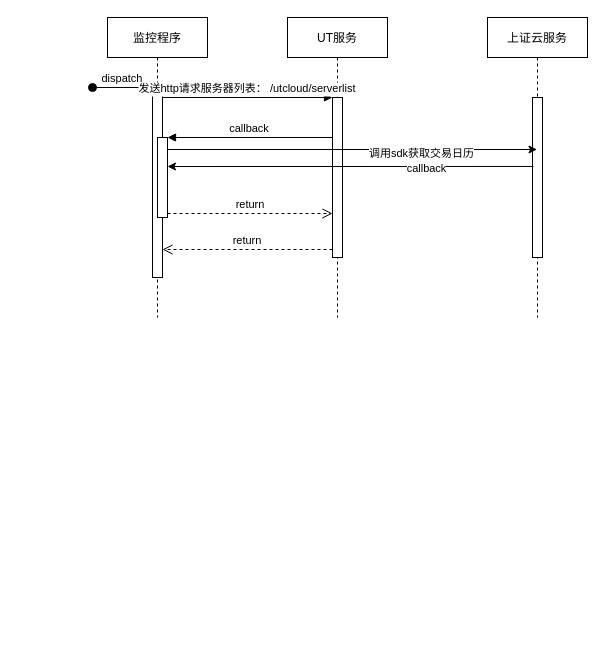
The draw.io diagram 未命名绘图.drawio in feiniao111/gallery, before the edit. Source tidied: cells renumbered, new cells numbered last; positions are measured from the earlier drawing's top-left corner, leaving out a move shared by most shapes. Both pictures are drawn from the tidied source at 100%, with x=0, y=0 at pixel (92, 17).
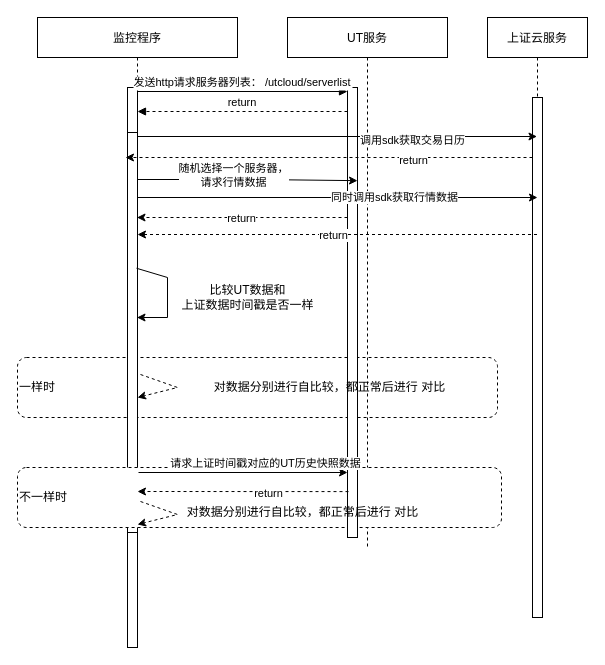
After the change.

Commit message (it also covers changes not shown here):
更新未命名绘图.drawio

Diff of the diagram source:
```diff
@@
     <mxCell id="2" value="监控程序" style="shape=umlLifeline;perimeter=lifelinePerimeter;rounded=0;shadow=0;strokeWidth=1;" parent="1" vertex="1">
-      <mxGeometry x="15" width="100" height="300" as="geometry" />
+      <mxGeometry x="-55" width="200" height="630" as="geometry" />
     </mxCell>
+    <mxCell id="18" value="一样时" style="rounded=1;whiteSpace=wrap;html=1;dashed=1;align=left;" parent="2" vertex="1">
+      <mxGeometry x="-20" y="340" width="480" height="60" as="geometry" />
+    </mxCell>
     <mxCell id="3" style="points=[];perimeter=orthogonalPerimeter;rounded=0;shadow=0;strokeWidth=1;" parent="2" vertex="1">
-      <mxGeometry x="45" y="70" width="10" height="190" as="geometry" />
+      <mxGeometry x="90" y="70" width="10" height="560" as="geometry" />
     </mxCell>
-    <mxCell id="4" value="dispatch" style="verticalAlign=bottom;startArrow=oval;endArrow=block;startSize=8;shadow=0;strokeWidth=1;" parent="2" edge="1" target="3">
-      <mxGeometry relative="1" as="geometry">
-        <mxPoint x="-15" y="70" as="sourcePoint" />
-      </mxGeometry>
-    </mxCell>
     <mxCell id="5" style="points=[];perimeter=orthogonalPerimeter;rounded=0;shadow=0;strokeWidth=1;" parent="2" vertex="1">
-      <mxGeometry x="50" y="120" width="10" height="80" as="geometry" />
+      <mxGeometry x="90" y="115" width="10" height="400" as="geometry" />
     </mxCell>
     <mxCell id="6" value="UT服务" style="shape=umlLifeline;perimeter=lifelinePerimeter;rounded=0;shadow=0;strokeWidth=1;" parent="1" vertex="1">
-      <mxGeometry x="195" width="100" height="300" as="geometry" />
+      <mxGeometry x="195" width="160" height="530" as="geometry" />
     </mxCell>
+    <mxCell id="19" value="不一样时" style="rounded=1;whiteSpace=wrap;html=1;dashed=1;align=left;" parent="6" vertex="1">
+      <mxGeometry x="-270" y="450" width="484" height="60" as="geometry" />
+    </mxCell>
     <mxCell id="7" style="points=[];perimeter=orthogonalPerimeter;rounded=0;shadow=0;strokeWidth=1;" parent="6" vertex="1">
-      <mxGeometry x="45" y="80" width="10" height="160" as="geometry" />
+      <mxGeometry x="60" y="70" width="10" height="450" as="geometry" />
     </mxCell>
-    <mxCell id="8" value="return" style="verticalAlign=bottom;endArrow=open;dashed=1;endSize=8;exitX=0;exitY=0.95;shadow=0;strokeWidth=1;" parent="1" edge="1" source="7" target="3">
-      <mxGeometry relative="1" as="geometry" />
-    </mxCell>
+    <mxCell id="20" value="对数据分别进行自比较，都正常后进行 对比" style="text;html=1;align=center;verticalAlign=middle;strokeColor=none;fillColor=none;" parent="6" vertex="1">
+      <mxGeometry x="-83" y="355" width="250" height="30" as="geometry" />
+    </mxCell>
+    <mxCell id="21" style="endArrow=classic;html=1;rounded=0;exitX=0.1;exitY=0.898;exitDx=0;exitDy=0;exitPerimeter=0;dashed=1;" parent="6" edge="1" source="7">
+      <mxGeometry relative="1" as="geometry">
+        <mxPoint x="-150" y="474" as="targetPoint" />
+      </mxGeometry>
+    </mxCell>
+    <mxCell id="22" value="return" style="edgeLabel;html=1;align=center;verticalAlign=middle;" parent="21" vertex="1">
+      <mxGeometry x="-0.24" y="1" relative="1" as="geometry" />
+    </mxCell>
+    <mxCell id="23" value="对数据分别进行自比较，都正常后进行 对比" style="text;html=1;align=center;verticalAlign=middle;strokeColor=none;fillColor=none;" parent="6" vertex="1">
+      <mxGeometry x="-110" y="480" width="250" height="30" as="geometry" />
+    </mxCell>
-    <mxCell id="9" value="发送http请求服务器列表： /utcloud/serverlist" style="verticalAlign=bottom;endArrow=block;entryX=0;entryY=0;shadow=0;strokeWidth=1;" parent="1" edge="1" source="3" target="7">
-      <mxGeometry relative="1" as="geometry" />
+    <mxCell id="9" value="发送http请求服务器列表： /utcloud/serverlist" style="verticalAlign=bottom;endArrow=block;entryX=0;entryY=0;shadow=0;strokeWidth=1;" parent="1" edge="1">
+      <mxGeometry relative="1" as="geometry">
+        <mxPoint x="45" y="74" as="sourcePoint" />
+        <mxPoint x="255" y="74" as="targetPoint" />
+      </mxGeometry>
     </mxCell>
-    <mxCell id="10" value="callback" style="verticalAlign=bottom;endArrow=block;entryX=1;entryY=0;shadow=0;strokeWidth=1;" parent="1" edge="1" source="7" target="5">
-      <mxGeometry relative="1" as="geometry" />
+    <mxCell id="10" value="return" style="verticalAlign=bottom;endArrow=block;entryX=1;entryY=0;shadow=0;strokeWidth=1;dashed=1;" parent="1" edge="1">
+      <mxGeometry relative="1" as="geometry">
+        <mxPoint x="255" y="94" as="sourcePoint" />
+        <mxPoint x="45" y="94" as="targetPoint" />
+      </mxGeometry>
     </mxCell>
-    <mxCell id="11" value="return" style="verticalAlign=bottom;endArrow=open;dashed=1;endSize=8;exitX=1;exitY=0.95;shadow=0;strokeWidth=1;" parent="1" edge="1" source="5" target="7">
-      <mxGeometry relative="1" as="geometry" />
-    </mxCell>
     <mxCell id="12" value="上证云服务" style="shape=umlLifeline;perimeter=lifelinePerimeter;rounded=0;shadow=0;strokeWidth=1;" parent="1" vertex="1">
-      <mxGeometry x="395" width="100" height="300" as="geometry" />
+      <mxGeometry x="395" width="100" height="600" as="geometry" />
     </mxCell>
     <mxCell id="13" style="points=[];perimeter=orthogonalPerimeter;rounded=0;shadow=0;strokeWidth=1;" parent="12" vertex="1">
-      <mxGeometry x="45" y="80" width="10" height="160" as="geometry" />
+      <mxGeometry x="45" y="80" width="10" height="520" as="geometry" />
     </mxCell>
-    <mxCell id="14" style="endArrow=classic;html=1;rounded=0;exitX=1;exitY=0.15;exitDx=0;exitDy=0;exitPerimeter=0;" parent="1" edge="1" source="5" target="12">
-      <mxGeometry relative="1" as="geometry" />
+    <mxCell id="14" style="endArrow=classic;html=1;rounded=0;" parent="1" edge="1">
+      <mxGeometry relative="1" as="geometry">
+        <mxPoint x="45" y="119" as="sourcePoint" />
+        <mxPoint x="444.5" y="119" as="targetPoint" />
+      </mxGeometry>
     </mxCell>
@@
-    <mxCell id="16" style="endArrow=classic;html=1;rounded=0;exitX=0.1;exitY=0.431;exitDx=0;exitDy=0;exitPerimeter=0;" parent="1" edge="1" source="13">
+    <mxCell id="16" style="endArrow=classic;html=1;rounded=0;dashed=1;entryX=-0.2;entryY=0.1;entryDx=0;entryDy=0;entryPerimeter=0;" parent="1" edge="1">
       <mxGeometry relative="1" as="geometry">
-        <mxPoint x="75" y="149" as="targetPoint" />
+        <mxPoint x="440" y="140" as="sourcePoint" />
+        <mxPoint x="33" y="140" as="targetPoint" />
       </mxGeometry>
     </mxCell>
-    <mxCell id="17" value="callback" style="edgeLabel;html=1;align=center;verticalAlign=middle;" parent="16" vertex="1">
+    <mxCell id="17" value="return" style="edgeLabel;html=1;align=center;verticalAlign=middle;" parent="16" vertex="1">
       <mxGeometry x="-0.41" y="2" relative="1" as="geometry" />
     </mxCell>
+    <mxCell id="24" style="endArrow=classic;html=1;rounded=0;entryX=1;entryY=0.207;entryDx=0;entryDy=0;entryPerimeter=0;" parent="1" edge="1" target="7">
+      <mxGeometry relative="1" as="geometry">
+        <mxPoint x="44.5" y="162" as="sourcePoint" />
+        <Array as="points">
+          <mxPoint x="165" y="162" />
+        </Array>
+      </mxGeometry>
+    </mxCell>
+    <mxCell id="25" value="随机选择一个服务器，&lt;br&gt;请求行情数据" style="edgeLabel;html=1;align=center;verticalAlign=middle;" parent="24" vertex="1">
+      <mxGeometry x="-0.13" y="-3" relative="1" as="geometry">
+        <mxPoint y="-8" as="offset" />
+      </mxGeometry>
+    </mxCell>
+    <mxCell id="26" style="endArrow=classic;html=1;rounded=0;" parent="1" edge="1" source="5">
+      <mxGeometry relative="1" as="geometry">
+        <mxPoint x="445" y="180" as="targetPoint" />
+      </mxGeometry>
+    </mxCell>
+    <mxCell id="27" value="同时调用sdk获取行情数据" style="edgeLabel;html=1;align=center;verticalAlign=middle;" parent="26" vertex="1">
+      <mxGeometry x="0.28" y="1" relative="1" as="geometry" />
+    </mxCell>
+    <mxCell id="28" style="endArrow=classic;html=1;rounded=0;dashed=1;" parent="1" edge="1">
+      <mxGeometry relative="1" as="geometry">
+        <mxPoint x="255" y="200" as="sourcePoint" />
+        <mxPoint x="44.5" y="200" as="targetPoint" />
+        <Array as="points">
+          <mxPoint x="215" y="200" />
+        </Array>
+      </mxGeometry>
+    </mxCell>
+    <mxCell id="29" value="return" style="edgeLabel;html=1;align=center;verticalAlign=middle;" parent="28" vertex="1">
+      <mxGeometry x="0.02" relative="1" as="geometry" />
+    </mxCell>
+    <mxCell id="30" style="endArrow=classic;html=1;rounded=0;dashed=1;" parent="1" edge="1">
+      <mxGeometry relative="1" as="geometry">
+        <mxPoint x="444.5" y="217" as="sourcePoint" />
+        <mxPoint x="45" y="217" as="targetPoint" />
+        <Array as="points">
+          <mxPoint x="235" y="217" />
+        </Array>
+      </mxGeometry>
+    </mxCell>
+    <mxCell id="31" value="return" style="edgeLabel;html=1;align=center;verticalAlign=middle;" parent="30" vertex="1">
+      <mxGeometry x="0.02" relative="1" as="geometry" />
+    </mxCell>
+    <mxCell id="32" value="比较UT数据和&lt;br&gt;上证数据时间戳是否一样" style="text;html=1;align=center;verticalAlign=middle;strokeColor=none;fillColor=none;" parent="1" vertex="1">
+      <mxGeometry x="75" y="260" width="160" height="40" as="geometry" />
+    </mxCell>
+    <mxCell id="33" style="endArrow=classic;html=1;rounded=0;dashed=1;exitX=1.3;exitY=0.605;exitDx=0;exitDy=0;exitPerimeter=0;" parent="1" edge="1" source="5">
+      <mxGeometry relative="1" as="geometry">
+        <mxPoint x="45" y="380" as="targetPoint" />
+        <Array as="points">
+          <mxPoint x="85" y="370" />
+        </Array>
+      </mxGeometry>
+    </mxCell>
+    <mxCell id="11" style="endArrow=classic;html=1;rounded=0;exitX=1.1;exitY=0.85;exitDx=0;exitDy=0;exitPerimeter=0;" parent="1" edge="1" source="5" target="7">
+      <mxGeometry relative="1" as="geometry" />
+    </mxCell>
+    <mxCell id="34" value="请求上证时间戳对应的UT历史快照数据" style="edgeLabel;html=1;align=center;verticalAlign=middle;" parent="11" vertex="1">
+      <mxGeometry x="0.2" y="-3" relative="1" as="geometry">
+        <mxPoint x="1" y="-13" as="offset" />
+      </mxGeometry>
+    </mxCell>
+    <mxCell id="35" style="endArrow=classic;html=1;rounded=0;exitX=0.495;exitY=0.398;exitDx=0;exitDy=0;exitPerimeter=0;" parent="1" edge="1" source="2" target="2">
+      <mxGeometry relative="1" as="geometry">
+        <Array as="points">
+          <mxPoint x="75" y="260" />
+          <mxPoint x="75" y="300" />
+        </Array>
+      </mxGeometry>
+    </mxCell>
+    <mxCell id="36" style="endArrow=classic;html=1;rounded=0;dashed=1;exitX=1.3;exitY=0.605;exitDx=0;exitDy=0;exitPerimeter=0;" parent="1" edge="1">
+      <mxGeometry relative="1" as="geometry">
+        <mxPoint x="48" y="484" as="sourcePoint" />
+        <mxPoint x="45" y="507" as="targetPoint" />
+        <Array as="points">
+          <mxPoint x="85" y="497" />
+        </Array>
+      </mxGeometry>
+    </mxCell>
```
